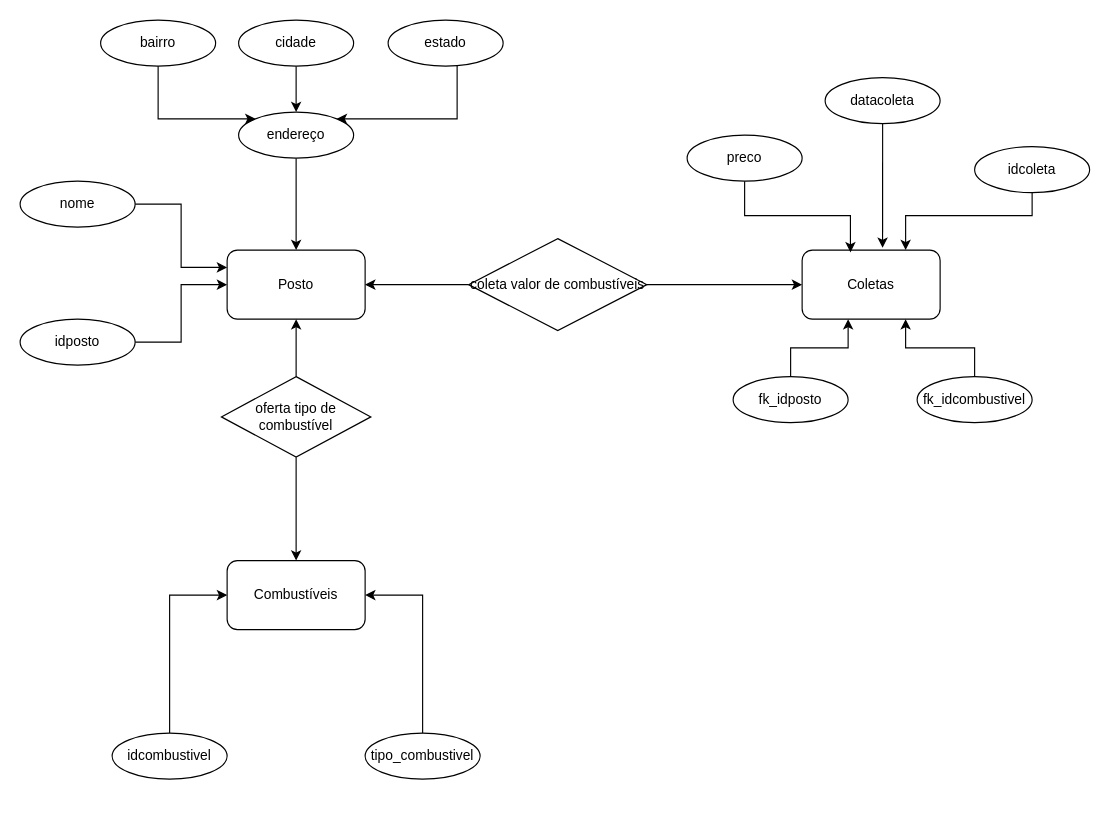
The draw.io diagram Diagrama sem nome.drawio in carlossb1/bdrl_uvv, before the edit. Source tidied: cells renumbered, new cells numbered last; positions are measured from the earlier drawing's top-left corner, leaving out a move shared by most shapes. Both pictures are drawn from the tidied source at 115%, with x=0, y=0 at pixel (20, 20).
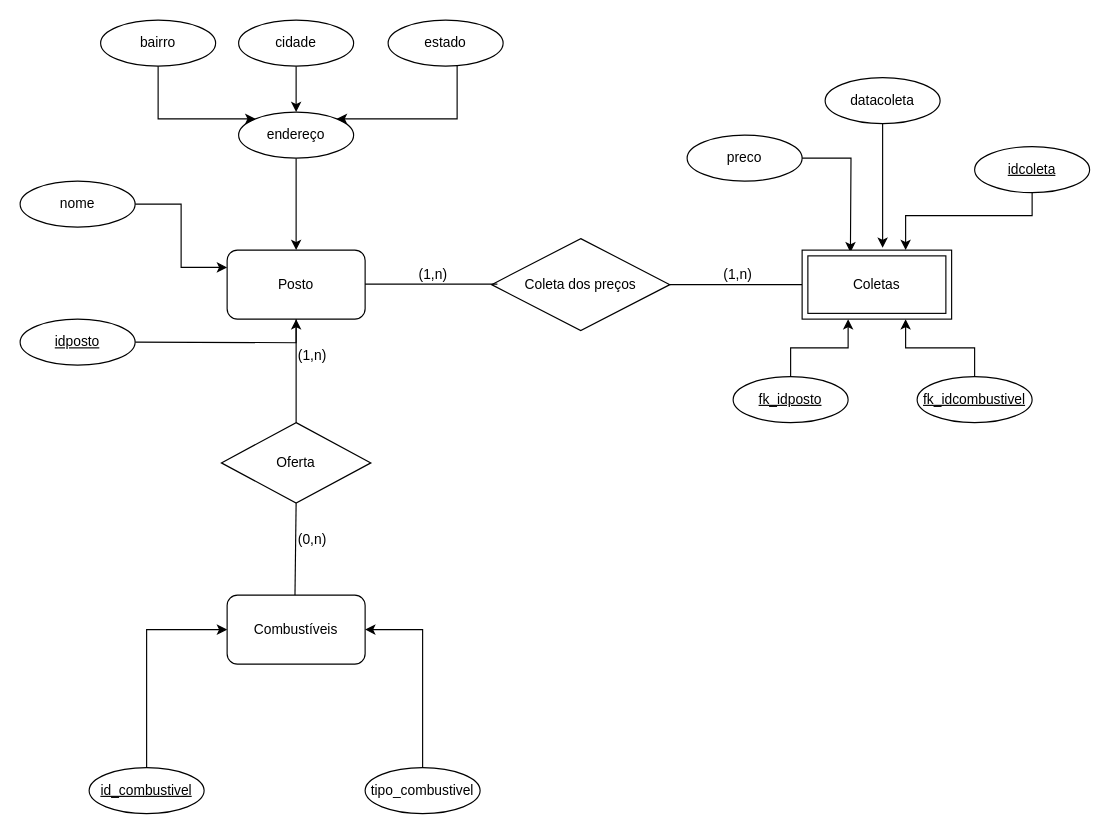
The same page after the edit.

Unchanged cells that the change refers to:
```xml
<mxCell id="2" value="Posto" style="rounded=1;whiteSpace=wrap;html=1;" parent="1" vertex="1">
  <mxGeometry x="180" y="200" width="120" height="60" as="geometry" />
</mxCell>
<mxCell id="26" value="datacoleta" style="ellipse;whiteSpace=wrap;html=1;align=center;" parent="1" vertex="1">
  <mxGeometry x="700" y="50" width="100" height="40" as="geometry" />
</mxCell>
<mxCell id="27" value="preco" style="ellipse;whiteSpace=wrap;html=1;align=center;" parent="1" vertex="1">
  <mxGeometry x="580" y="100" width="100" height="40" as="geometry" />
</mxCell>
```

Diff of the diagram source:
```diff
@@
-    <mxCell id="3" value="Coletas" style="rounded=1;whiteSpace=wrap;html=1;" parent="1" vertex="1">
-      <mxGeometry x="680" y="200" width="120" height="60" as="geometry" />
-    </mxCell>
     <mxCell id="4" value="Combustíveis" style="rounded=1;whiteSpace=wrap;html=1;" parent="1" vertex="1">
-      <mxGeometry x="180" y="470" width="120" height="60" as="geometry" />
+      <mxGeometry x="180" y="500" width="120" height="60" as="geometry" />
     </mxCell>
-    <mxCell id="5" style="edgeStyle=orthogonalEdgeStyle;rounded=0;jettySize=auto;html=1;entryX=0;entryY=0.5;entryDx=0;entryDy=0;" parent="1" edge="1" source="6" target="4">
+    <mxCell id="5" style="edgeStyle=orthogonalEdgeStyle;rounded=0;jettySize=auto;html=1;entryX=0;entryY=0.5;entryDx=0;entryDy=0;exitX=0.5;exitY=0;exitDx=0;exitDy=0;" parent="1" edge="1" source="43" target="4">
       <mxGeometry relative="1" as="geometry" />
     </mxCell>
-    <mxCell id="6" value="idcombustivel" style="ellipse;whiteSpace=wrap;html=1;align=center;" parent="1" vertex="1">
-      <mxGeometry x="80" y="620" width="100" height="40" as="geometry" />
-    </mxCell>
@@
     <mxCell id="8" value="tipo_combustivel" style="ellipse;whiteSpace=wrap;html=1;align=center;" parent="1" vertex="1">
-      <mxGeometry x="300" y="620" width="100" height="40" as="geometry" />
+      <mxGeometry x="300" y="650" width="100" height="40" as="geometry" />
     </mxCell>
-    <mxCell id="9" style="edgeStyle=orthogonalEdgeStyle;rounded=0;jettySize=auto;html=1;" parent="1" edge="1" source="10" target="2">
-      <mxGeometry relative="1" as="geometry" />
+    <mxCell id="9" style="edgeStyle=orthogonalEdgeStyle;rounded=0;jettySize=auto;html=1;" parent="1" edge="1" target="2">
+      <mxGeometry relative="1" as="geometry">
+        <mxPoint x="100" y="280" as="sourcePoint" />
+      </mxGeometry>
     </mxCell>
-    <mxCell id="10" value="idposto" style="ellipse;whiteSpace=wrap;html=1;align=center;" parent="1" vertex="1">
-      <mxGeometry y="260" width="100" height="40" as="geometry" />
-    </mxCell>
@@
-    <mxCell id="20" style="edgeStyle=orthogonalEdgeStyle;rounded=0;jettySize=auto;html=1;entryX=0.75;entryY=0;entryDx=0;entryDy=0;" parent="1" edge="1" source="21" target="3">
+    <mxCell id="20" style="edgeStyle=orthogonalEdgeStyle;rounded=0;orthogonalLoop=1;jettySize=auto;html=1;entryX=0.75;entryY=0;entryDx=0;entryDy=0;" parent="1" edge="1">
       <mxGeometry relative="1" as="geometry">
+        <mxPoint x="880" y="150" as="sourcePoint" />
+        <mxPoint x="770" y="200" as="targetPoint" />
         <Array as="points">
           <mxPoint x="880" y="170" />
           <mxPoint x="770" y="170" />
         </Array>
       </mxGeometry>
     </mxCell>
-    <mxCell id="21" value="idcoleta" style="ellipse;whiteSpace=wrap;html=1;align=center;" parent="1" vertex="1">
-      <mxGeometry x="830" y="110" width="100" height="40" as="geometry" />
-    </mxCell>
-    <mxCell id="22" style="edgeStyle=orthogonalEdgeStyle;rounded=0;jettySize=auto;html=1;" parent="1" edge="1" source="23" target="3">
+    <mxCell id="22" style="edgeStyle=orthogonalEdgeStyle;rounded=0;orthogonalLoop=1;jettySize=auto;html=1;" parent="1" edge="1">
       <mxGeometry relative="1" as="geometry">
+        <mxPoint x="670" y="310" as="sourcePoint" />
+        <mxPoint x="720" y="260" as="targetPoint" />
         <Array as="points">
           <mxPoint x="670" y="285" />
           <mxPoint x="720" y="285" />
         </Array>
       </mxGeometry>
     </mxCell>
-    <mxCell id="23" value="fk_idposto" style="ellipse;whiteSpace=wrap;html=1;align=center;" parent="1" vertex="1">
-      <mxGeometry x="620" y="310" width="100" height="40" as="geometry" />
-    </mxCell>
-    <mxCell id="24" style="edgeStyle=orthogonalEdgeStyle;rounded=0;jettySize=auto;html=1;" parent="1" edge="1" source="25" target="3">
+    <mxCell id="24" style="edgeStyle=orthogonalEdgeStyle;rounded=0;orthogonalLoop=1;jettySize=auto;html=1;" parent="1" edge="1">
       <mxGeometry relative="1" as="geometry">
+        <mxPoint x="830" y="310" as="sourcePoint" />
+        <mxPoint x="770" y="260" as="targetPoint" />
         <Array as="points">
           <mxPoint x="830" y="285" />
           <mxPoint x="770" y="285" />
         </Array>
       </mxGeometry>
     </mxCell>
-    <mxCell id="25" value="fk_idcombustivel" style="ellipse;whiteSpace=wrap;html=1;align=center;" parent="1" vertex="1">
-      <mxGeometry x="780" y="310" width="100" height="40" as="geometry" />
-    </mxCell>
@@
-    <mxCell id="28" style="edgeStyle=orthogonalEdgeStyle;rounded=0;jettySize=auto;html=1;" parent="1" edge="1" source="30" target="2">
-      <mxGeometry relative="1" as="geometry" />
-    </mxCell>
-    <mxCell id="29" style="edgeStyle=orthogonalEdgeStyle;rounded=0;jettySize=auto;html=1;" parent="1" edge="1" source="30" target="4">
-      <mxGeometry relative="1" as="geometry" />
-    </mxCell>
-    <mxCell id="30" value="oferta tipo de combustível" style="shape=rhombus;perimeter=rhombusPerimeter;whiteSpace=wrap;html=1;align=center;" parent="1" vertex="1">
-      <mxGeometry x="175" y="310" width="130" height="70" as="geometry" />
+    <mxCell id="30" value="Oferta" style="shape=rhombus;perimeter=rhombusPerimeter;whiteSpace=wrap;html=1;align=center;" parent="1" vertex="1">
+      <mxGeometry x="175" y="350" width="130" height="70" as="geometry" />
     </mxCell>
-    <mxCell id="31" style="edgeStyle=orthogonalEdgeStyle;rounded=0;jettySize=auto;html=1;" parent="1" edge="1" source="33" target="2">
-      <mxGeometry relative="1" as="geometry" />
-    </mxCell>
-    <mxCell id="32" style="edgeStyle=orthogonalEdgeStyle;rounded=0;jettySize=auto;html=1;" parent="1" edge="1" source="33" target="3">
-      <mxGeometry relative="1" as="geometry" />
-    </mxCell>
-    <mxCell id="33" value="coleta valor de combustíveis" style="shape=rhombus;perimeter=rhombusPerimeter;whiteSpace=wrap;html=1;align=center;" parent="1" vertex="1">
-      <mxGeometry x="390" y="190" width="155" height="80" as="geometry" />
+    <mxCell id="33" value="Coleta dos preços" style="shape=rhombus;perimeter=rhombusPerimeter;whiteSpace=wrap;html=1;align=center;" parent="1" vertex="1">
+      <mxGeometry x="410" y="190" width="155" height="80" as="geometry" />
     </mxCell>
@@
-    <mxCell id="35" style="edgeStyle=orthogonalEdgeStyle;rounded=0;jettySize=auto;html=1;entryX=0.35;entryY=0.033;entryDx=0;entryDy=0;entryPerimeter=0;" parent="1" edge="1" source="27" target="3">
-      <mxGeometry relative="1" as="geometry" />
+    <mxCell id="35" style="edgeStyle=orthogonalEdgeStyle;rounded=0;jettySize=auto;html=1;entryX=0.35;entryY=0.033;entryDx=0;entryDy=0;entryPerimeter=0;" parent="1" edge="1" source="27">
+      <mxGeometry relative="1" as="geometry">
+        <mxPoint x="722" y="202" as="targetPoint" />
+      </mxGeometry>
     </mxCell>
-    <mxCell id="36" style="edgeStyle=orthogonalEdgeStyle;rounded=0;jettySize=auto;html=1;entryX=0.583;entryY=-0.033;entryDx=0;entryDy=0;entryPerimeter=0;" parent="1" edge="1" source="26" target="3">
-      <mxGeometry relative="1" as="geometry" />
+    <mxCell id="36" style="edgeStyle=orthogonalEdgeStyle;rounded=0;jettySize=auto;html=1;entryX=0.583;entryY=-0.033;entryDx=0;entryDy=0;entryPerimeter=0;" parent="1" edge="1" source="26">
+      <mxGeometry relative="1" as="geometry">
+        <mxPoint x="750" y="198" as="targetPoint" />
+      </mxGeometry>
     </mxCell>
+    <mxCell id="37" style="endArrow=none;html=1;rounded=0;entryX=0;entryY=0.5;entryDx=0;entryDy=0;exitX=1;exitY=0.5;exitDx=0;exitDy=0;" parent="1" edge="1" source="33">
+      <mxGeometry relative="1" as="geometry">
+        <mxPoint x="680" y="230" as="targetPoint" />
+      </mxGeometry>
+    </mxCell>
+    <mxCell id="38" value="(1,n)" style="html=1;whiteSpace=wrap;align=left;verticalAlign=bottom;" parent="37" vertex="1">
+      <mxGeometry x="-1" relative="1" as="geometry">
+        <mxPoint x="45" as="offset" />
+      </mxGeometry>
+    </mxCell>
+    <mxCell id="39" style="endArrow=none;html=1;rounded=0;entryX=0;entryY=0.5;entryDx=0;entryDy=0;exitX=1;exitY=0.5;exitDx=0;exitDy=0;" parent="1" edge="1">
+      <mxGeometry relative="1" as="geometry">
+        <mxPoint x="300" y="229.5" as="sourcePoint" />
+        <mxPoint x="415" y="229.5" as="targetPoint" />
+      </mxGeometry>
+    </mxCell>
+    <mxCell id="40" value="(1,n)" style="html=1;whiteSpace=wrap;align=left;verticalAlign=bottom;" parent="39" vertex="1">
+      <mxGeometry x="-1" relative="1" as="geometry">
+        <mxPoint x="45" as="offset" />
+      </mxGeometry>
+    </mxCell>
+    <mxCell id="41" value="(0,n)" style="html=1;whiteSpace=wrap;align=left;verticalAlign=bottom;direction=south;" parent="1" vertex="1">
+      <mxGeometry x="240" y="460" as="geometry" />
+    </mxCell>
+    <mxCell id="42" value="(1,n)" style="html=1;whiteSpace=wrap;align=left;verticalAlign=bottom;" parent="1" vertex="1">
+      <mxGeometry x="240" y="300" as="geometry" />
+    </mxCell>
+    <mxCell id="21" value="idcoleta" style="ellipse;whiteSpace=wrap;html=1;align=center;fontStyle=4;" parent="1" vertex="1">
+      <mxGeometry x="830" y="110" width="100" height="40" as="geometry" />
+    </mxCell>
+    <mxCell id="25" value="fk_idcombustivel" style="ellipse;whiteSpace=wrap;html=1;align=center;fontStyle=4;" parent="1" vertex="1">
+      <mxGeometry x="780" y="310" width="100" height="40" as="geometry" />
+    </mxCell>
+    <mxCell id="23" value="fk_idposto" style="ellipse;whiteSpace=wrap;html=1;align=center;fontStyle=4;" parent="1" vertex="1">
+      <mxGeometry x="620" y="310" width="100" height="40" as="geometry" />
+    </mxCell>
+    <mxCell id="43" value="id_combustivel" style="ellipse;whiteSpace=wrap;html=1;align=center;fontStyle=4;" parent="1" vertex="1">
+      <mxGeometry x="60" y="650" width="100" height="40" as="geometry" />
+    </mxCell>
+    <mxCell id="28" style="endArrow=none;html=1;rounded=0;entryX=0.5;entryY=1;entryDx=0;entryDy=0;exitX=0.5;exitY=0;exitDx=0;exitDy=0;" parent="1" edge="1" source="30" target="2">
+      <mxGeometry relative="1" as="geometry" />
+    </mxCell>
+    <mxCell id="44" style="endArrow=none;html=1;rounded=0;exitX=0.5;exitY=0;exitDx=0;exitDy=0;" parent="1" edge="1">
+      <mxGeometry relative="1" as="geometry">
+        <mxPoint x="239" y="500" as="sourcePoint" />
+        <mxPoint x="240" y="420" as="targetPoint" />
+      </mxGeometry>
+    </mxCell>
+    <mxCell id="3" value="Coletas" style="shape=ext;margin=3;double=1;whiteSpace=wrap;html=1;align=center;" parent="1" vertex="1">
+      <mxGeometry x="680" y="200" width="130" height="60" as="geometry" />
+    </mxCell>
+    <mxCell id="10" value="idposto" style="ellipse;whiteSpace=wrap;html=1;align=center;fontStyle=4;" parent="1" vertex="1">
+      <mxGeometry y="260" width="100" height="40" as="geometry" />
+    </mxCell>
```
